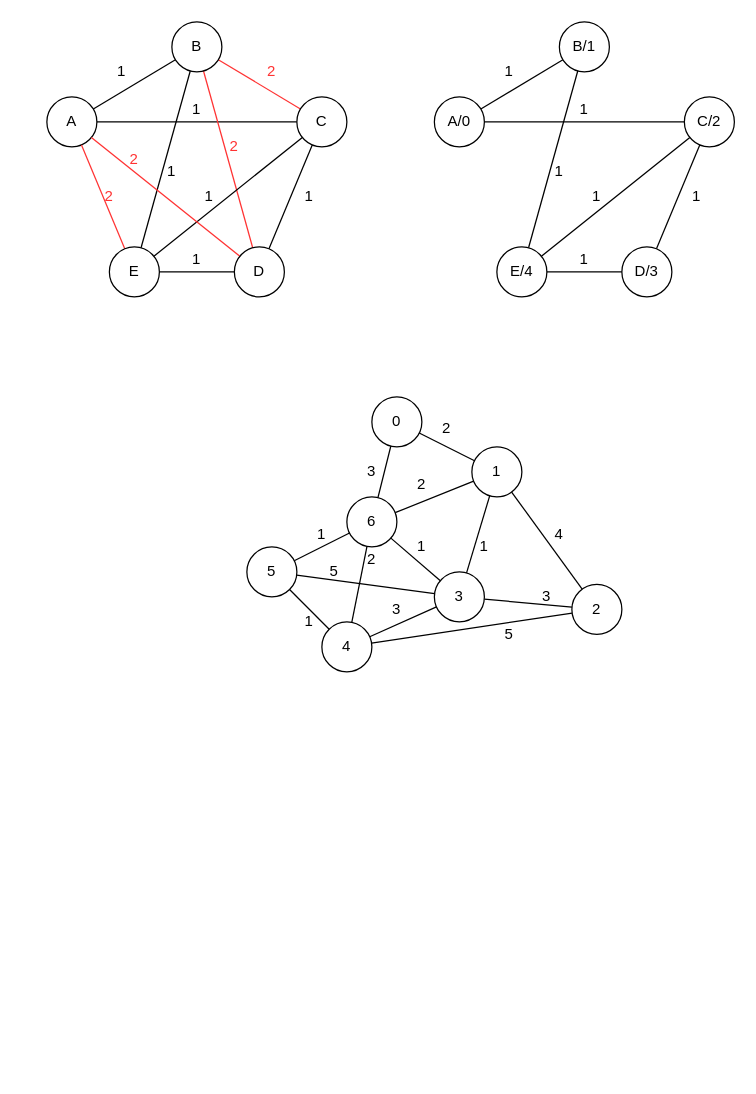
Above: schéma/graph.drawio in atarte/-Algorithmique_Avancee (draw.io), before the change. Source tidied: cells renumbered, new cells numbered last; positions are measured from the earlier drawing's top-left corner, leaving out a move shared by most shapes. Both pictures are drawn from the tidied source at 125%, with x=0, y=0 at pixel (46, 21).
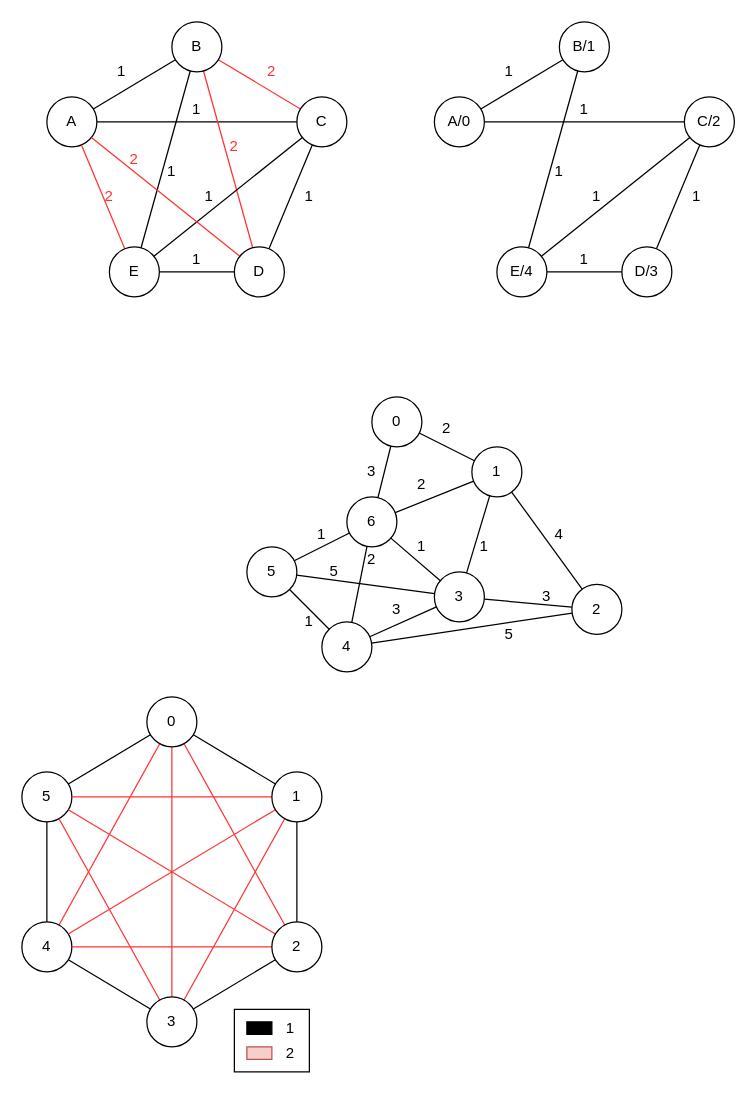
The same diagram, later.

Diff of the diagram source:
```diff
@@
+    <mxCell id="77" style="rounded=0;jettySize=auto;html=1;endArrow=none;endFill=0;" parent="1" edge="1" source="81" target="90">
+      <mxGeometry relative="1" as="geometry" />
+    </mxCell>
+    <mxCell id="78" style="edgeStyle=none;rounded=0;jettySize=auto;html=1;endArrow=none;endFill=0;strokeColor=#FF3333;" parent="1" edge="1" source="81" target="97">
+      <mxGeometry relative="1" as="geometry" />
+    </mxCell>
+    <mxCell id="79" style="edgeStyle=none;rounded=0;jettySize=auto;html=1;endArrow=none;endFill=0;strokeColor=#FF3333;" parent="1" edge="1" source="81" target="94">
+      <mxGeometry relative="1" as="geometry" />
+    </mxCell>
+    <mxCell id="80" style="edgeStyle=none;rounded=0;jettySize=auto;html=1;endArrow=none;endFill=0;strokeColor=#FF3333;" parent="1" edge="1" source="81" target="83">
+      <mxGeometry relative="1" as="geometry" />
+    </mxCell>
+    <mxCell id="81" value="0" style="ellipse;whiteSpace=wrap;html=1;" parent="1" vertex="1">
+      <mxGeometry x="80" y="540" width="40" height="40" as="geometry" />
+    </mxCell>
+    <mxCell id="82" style="edgeStyle=none;rounded=0;jettySize=auto;html=1;endArrow=none;endFill=0;" parent="1" edge="1" source="83" target="85">
+      <mxGeometry relative="1" as="geometry" />
+    </mxCell>
+    <mxCell id="83" value="4" style="ellipse;whiteSpace=wrap;html=1;" parent="1" vertex="1">
+      <mxGeometry x="-20" y="720" width="40" height="40" as="geometry" />
+    </mxCell>
+    <mxCell id="84" style="edgeStyle=none;rounded=0;jettySize=auto;html=1;endArrow=none;endFill=0;" parent="1" edge="1" source="85" target="81">
+      <mxGeometry relative="1" as="geometry" />
+    </mxCell>
+    <mxCell id="85" value="5" style="ellipse;whiteSpace=wrap;html=1;" parent="1" vertex="1">
+      <mxGeometry x="-20" y="600" width="40" height="40" as="geometry" />
+    </mxCell>
+    <mxCell id="86" style="edgeStyle=none;rounded=0;jettySize=auto;html=1;endArrow=none;endFill=0;" parent="1" edge="1" source="90" target="94">
+      <mxGeometry relative="1" as="geometry" />
+    </mxCell>
+    <mxCell id="87" style="edgeStyle=none;rounded=0;jettySize=auto;html=1;endArrow=none;endFill=0;strokeColor=#FF3333;" parent="1" edge="1" source="90" target="85">
+      <mxGeometry relative="1" as="geometry" />
+    </mxCell>
+    <mxCell id="88" style="edgeStyle=none;rounded=0;jettySize=auto;html=1;endArrow=none;endFill=0;strokeColor=#FF3333;" parent="1" edge="1" source="90" target="83">
+      <mxGeometry relative="1" as="geometry" />
+    </mxCell>
+    <mxCell id="89" style="edgeStyle=none;rounded=0;jettySize=auto;html=1;endArrow=none;endFill=0;strokeColor=#FF3333;" parent="1" edge="1" source="90" target="97">
+      <mxGeometry relative="1" as="geometry" />
+    </mxCell>
+    <mxCell id="90" value="1" style="ellipse;whiteSpace=wrap;html=1;" parent="1" vertex="1">
+      <mxGeometry x="180" y="600" width="40" height="40" as="geometry" />
+    </mxCell>
+    <mxCell id="91" style="edgeStyle=none;rounded=0;jettySize=auto;html=1;endArrow=none;endFill=0;" parent="1" edge="1" source="94" target="97">
+      <mxGeometry relative="1" as="geometry" />
+    </mxCell>
+    <mxCell id="92" style="edgeStyle=none;rounded=0;jettySize=auto;html=1;endArrow=none;endFill=0;strokeColor=#FF3333;" parent="1" edge="1" source="94" target="85">
+      <mxGeometry relative="1" as="geometry" />
+    </mxCell>
+    <mxCell id="93" style="edgeStyle=none;rounded=0;jettySize=auto;html=1;endArrow=none;endFill=0;strokeColor=#FF3333;" parent="1" edge="1" source="94" target="83">
+      <mxGeometry relative="1" as="geometry" />
+    </mxCell>
+    <mxCell id="94" value="2" style="ellipse;whiteSpace=wrap;html=1;" parent="1" vertex="1">
+      <mxGeometry x="180" y="720" width="40" height="40" as="geometry" />
+    </mxCell>
+    <mxCell id="95" style="edgeStyle=none;rounded=0;jettySize=auto;html=1;endArrow=none;endFill=0;" parent="1" edge="1" source="97" target="83">
+      <mxGeometry relative="1" as="geometry" />
+    </mxCell>
+    <mxCell id="96" style="edgeStyle=none;rounded=0;jettySize=auto;html=1;endArrow=none;endFill=0;strokeColor=#FF3333;" parent="1" edge="1" source="97" target="85">
+      <mxGeometry relative="1" as="geometry" />
+    </mxCell>
+    <mxCell id="97" value="3" style="ellipse;whiteSpace=wrap;html=1;" parent="1" vertex="1">
+      <mxGeometry x="80" y="780" width="40" height="40" as="geometry" />
+    </mxCell>
+    <mxCell id="98" style="rounded=0;whiteSpace=wrap;html=1;" parent="1" vertex="1">
+      <mxGeometry x="150" y="790" width="60" height="50" as="geometry" />
+    </mxCell>
+    <mxCell id="99" style="rounded=0;whiteSpace=wrap;html=1;fillColor=#f8cecc;strokeColor=#b85450;" parent="1" vertex="1">
+      <mxGeometry x="160" y="820" width="20" height="10" as="geometry" />
+    </mxCell>
+    <mxCell id="100" style="rounded=0;whiteSpace=wrap;html=1;fillColor=#000000;" parent="1" vertex="1">
+      <mxGeometry x="160" y="800" width="20" height="10" as="geometry" />
+    </mxCell>
+    <mxCell id="101" value="1" style="text;html=1;strokeColor=none;fillColor=none;align=center;verticalAlign=middle;whiteSpace=wrap;rounded=0;" parent="1" vertex="1">
+      <mxGeometry x="180" y="795" width="30" height="20" as="geometry" />
+    </mxCell>
+    <mxCell id="102" value="2" style="text;html=1;strokeColor=none;fillColor=none;align=center;verticalAlign=middle;whiteSpace=wrap;rounded=0;" parent="1" vertex="1">
+      <mxGeometry x="180" y="815" width="30" height="20" as="geometry" />
+    </mxCell>
```
